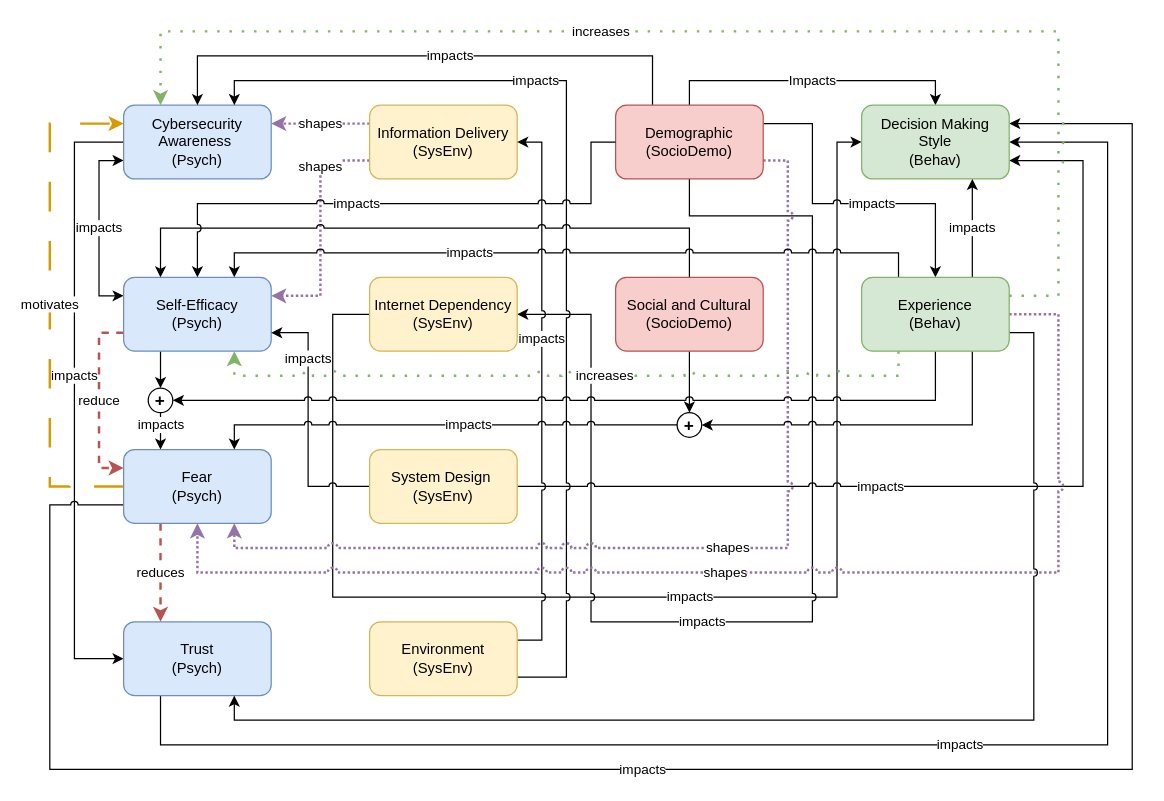
The draw.io diagram page "Colored + Text Version" (3 of 5) of Diagrams/Codebook.drawio in HooradAboo/I-CLAIM, before the edit. Source tidied: cells renumbered, new cells numbered last; positions are measured from the earlier drawing's top-left corner, leaving out a move shared by most shapes. Both pictures are drawn from the tidied source at 123%, with x=0, y=0 at pixel (49, 31).
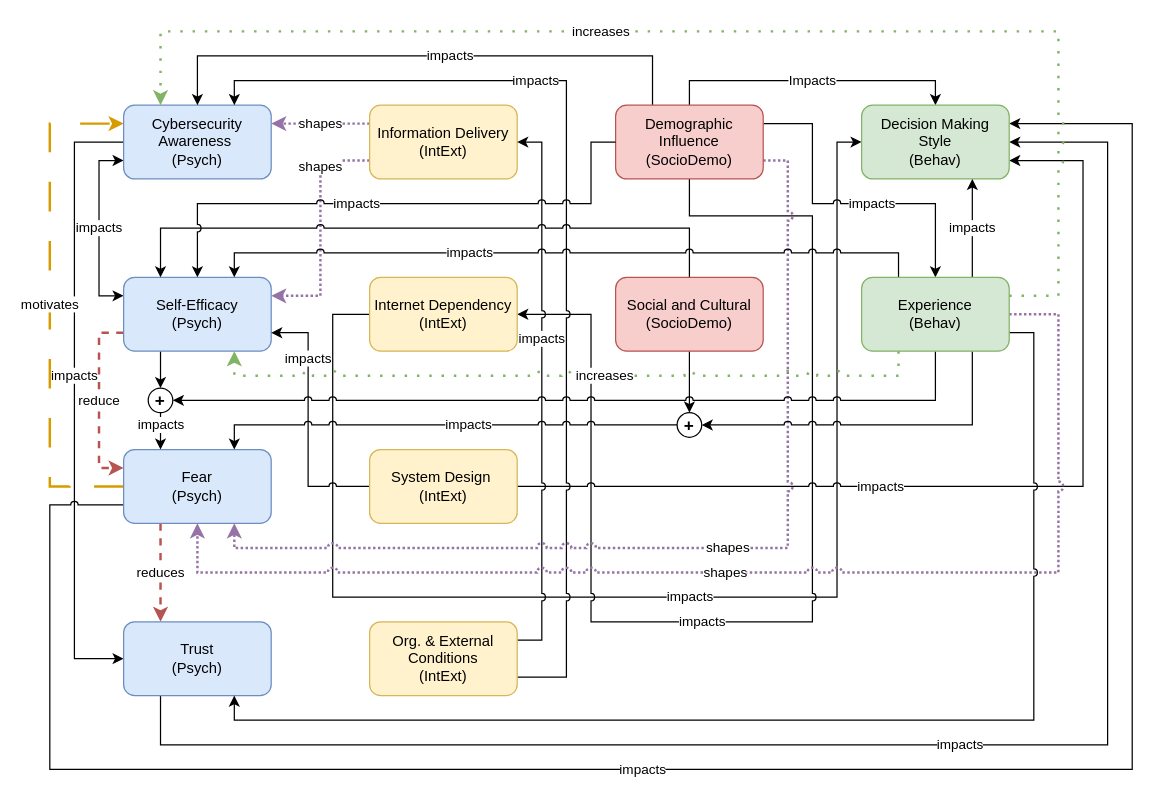
Above is the later version.

Diff of the diagram source:
```diff
@@
-    <mxCell id="16" value="Information Delivery&lt;br&gt;(SysEnv)" style="rounded=1;whiteSpace=wrap;html=1;fillColor=#fff2cc;strokeColor=#d6b656;" parent="1" vertex="1">
+    <mxCell id="16" value="Information Delivery&lt;br&gt;(IntExt)" style="rounded=1;whiteSpace=wrap;html=1;fillColor=#fff2cc;strokeColor=#d6b656;" parent="1" vertex="1">
       <mxGeometry x="260" y="60" width="120" height="60" as="geometry" />
     </mxCell>
@@
-    <mxCell id="19" value="Internet Dependency&lt;br&gt;(SysEnv)" style="rounded=1;whiteSpace=wrap;html=1;fillColor=#fff2cc;strokeColor=#d6b656;" parent="1" vertex="1">
+    <mxCell id="19" value="Internet Dependency&lt;br&gt;(IntExt)" style="rounded=1;whiteSpace=wrap;html=1;fillColor=#fff2cc;strokeColor=#d6b656;" parent="1" vertex="1">
       <mxGeometry x="260" y="200" width="120" height="60" as="geometry" />
     </mxCell>
@@
-    <mxCell id="22" value="System Design&lt;span style=&quot;background-color: transparent; color: light-dark(rgb(0, 0, 0), rgb(255, 255, 255));&quot;&gt;&amp;nbsp;&lt;/span&gt;&lt;div&gt;(SysEnv)&lt;/div&gt;" style="rounded=1;whiteSpace=wrap;html=1;fillColor=#fff2cc;strokeColor=#d6b656;" parent="1" vertex="1">
+    <mxCell id="22" value="System Design&lt;span style=&quot;background-color: transparent; color: light-dark(rgb(0, 0, 0), rgb(255, 255, 255));&quot;&gt;&amp;nbsp;&lt;/span&gt;&lt;div&gt;(IntExt)&lt;/div&gt;" style="rounded=1;whiteSpace=wrap;html=1;fillColor=#fff2cc;strokeColor=#d6b656;" parent="1" vertex="1">
       <mxGeometry x="260" y="340" width="120" height="60" as="geometry" />
     </mxCell>
@@
-    <mxCell id="25" value="&lt;div&gt;Environment&lt;br&gt;(SysEnv)&lt;/div&gt;" style="rounded=1;whiteSpace=wrap;html=1;fillColor=#fff2cc;strokeColor=#d6b656;" parent="1" vertex="1">
+    <mxCell id="25" value="&lt;div&gt;Org. &amp;amp; External&lt;/div&gt;&lt;div&gt;Conditions&lt;/div&gt;(IntExt)" style="rounded=1;whiteSpace=wrap;html=1;fillColor=#fff2cc;strokeColor=#d6b656;" parent="1" vertex="1">
       <mxGeometry x="260" y="480" width="120" height="60" as="geometry" />
     </mxCell>
@@
-    <mxCell id="30" value="Demographic&lt;br&gt;(SocioDemo)" style="rounded=1;whiteSpace=wrap;html=1;fillColor=#f8cecc;strokeColor=#b85450;" parent="1" vertex="1">
+    <mxCell id="30" value="Demographic Influence&lt;br&gt;(SocioDemo)" style="rounded=1;whiteSpace=wrap;html=1;fillColor=#f8cecc;strokeColor=#b85450;" parent="1" vertex="1">
       <mxGeometry x="460" y="60" width="120" height="60" as="geometry" />
     </mxCell>
```
